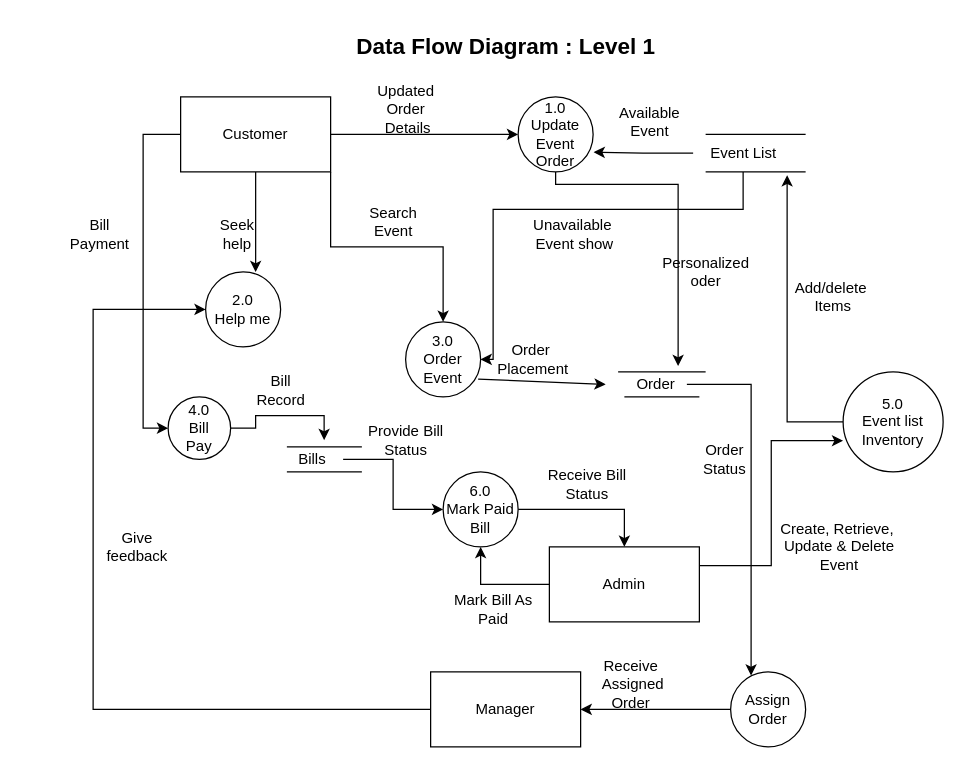
Earlier version of the draw.io diagram page "Page-2" (2 of 2) of Untitled Diagram.drawio (axif0/370_project). Source tidied: cells renumbered, new cells numbered last; positions are measured from the earlier drawing's top-left corner, leaving out a move shared by most shapes. Both pictures are drawn from the tidied source at 125%, with x=0, y=0 at pixel (55, 21).
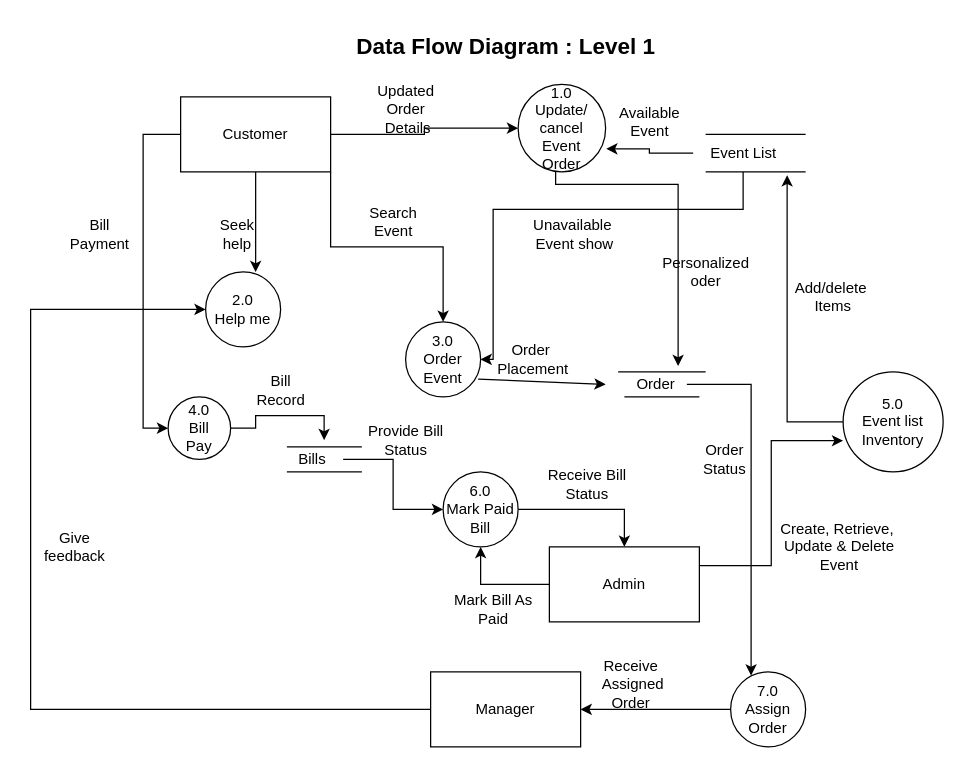
Above is the later version.

Unchanged cells that the change refers to:
```xml
<mxCell id="3" value="Manager" style="rounded=0;whiteSpace=wrap;html=1;" parent="1" vertex="1">
  <mxGeometry x="300" y="520" width="120" height="60" as="geometry" />
</mxCell>
<mxCell id="12" value="2.0&lt;br&gt;Help me" style="ellipse;whiteSpace=wrap;html=1;" parent="1" vertex="1">
  <mxGeometry x="120" y="200" width="60" height="60" as="geometry" />
</mxCell>
```

Diff of the diagram source:
```diff
@@
     <mxCell id="2" style="edgeStyle=orthogonalEdgeStyle;rounded=0;jettySize=auto;html=1;entryX=0;entryY=0.5;entryDx=0;entryDy=0;" parent="1" edge="1" source="3" target="12">
       <mxGeometry relative="1" as="geometry">
         <Array as="points">
-          <mxPoint x="30" y="550" />
-          <mxPoint x="30" y="230" />
+          <mxPoint x="-20" y="550" />
+          <mxPoint x="-20" y="230" />
         </Array>
       </mxGeometry>
     </mxCell>
@@
-    <mxCell id="15" value="1.0&lt;br&gt;Update&lt;br&gt;Event&lt;br&gt;Order" style="ellipse;whiteSpace=wrap;html=1;" parent="1" vertex="1">
-      <mxGeometry x="370" y="60" width="60" height="60" as="geometry" />
+    <mxCell id="15" value="1.0&lt;br&gt;Update/&lt;br&gt;cancel&lt;br&gt;Event&lt;br&gt;Order" style="ellipse;whiteSpace=wrap;html=1;" parent="1" vertex="1">
+      <mxGeometry x="370" y="50" width="70" height="70" as="geometry" />
     </mxCell>
@@
-    <mxCell id="48" value="Assign&lt;br&gt;Order" style="ellipse;whiteSpace=wrap;html=1;" parent="1" vertex="1">
+    <mxCell id="48" value="7.0&lt;br&gt;Assign&lt;br&gt;Order" style="ellipse;whiteSpace=wrap;html=1;" parent="1" vertex="1">
       <mxGeometry x="540" y="520" width="60" height="60" as="geometry" />
     </mxCell>
@@
     <mxCell id="50" value="Give &lt;br&gt;feedback" style="text;html=1;align=center;verticalAlign=middle;strokeColor=none;fillColor=none;" parent="1" vertex="1">
-      <mxGeometry x="30" y="400" width="70" height="40" as="geometry" />
+      <mxGeometry x="-20" y="400" width="70" height="40" as="geometry" />
     </mxCell>
```
